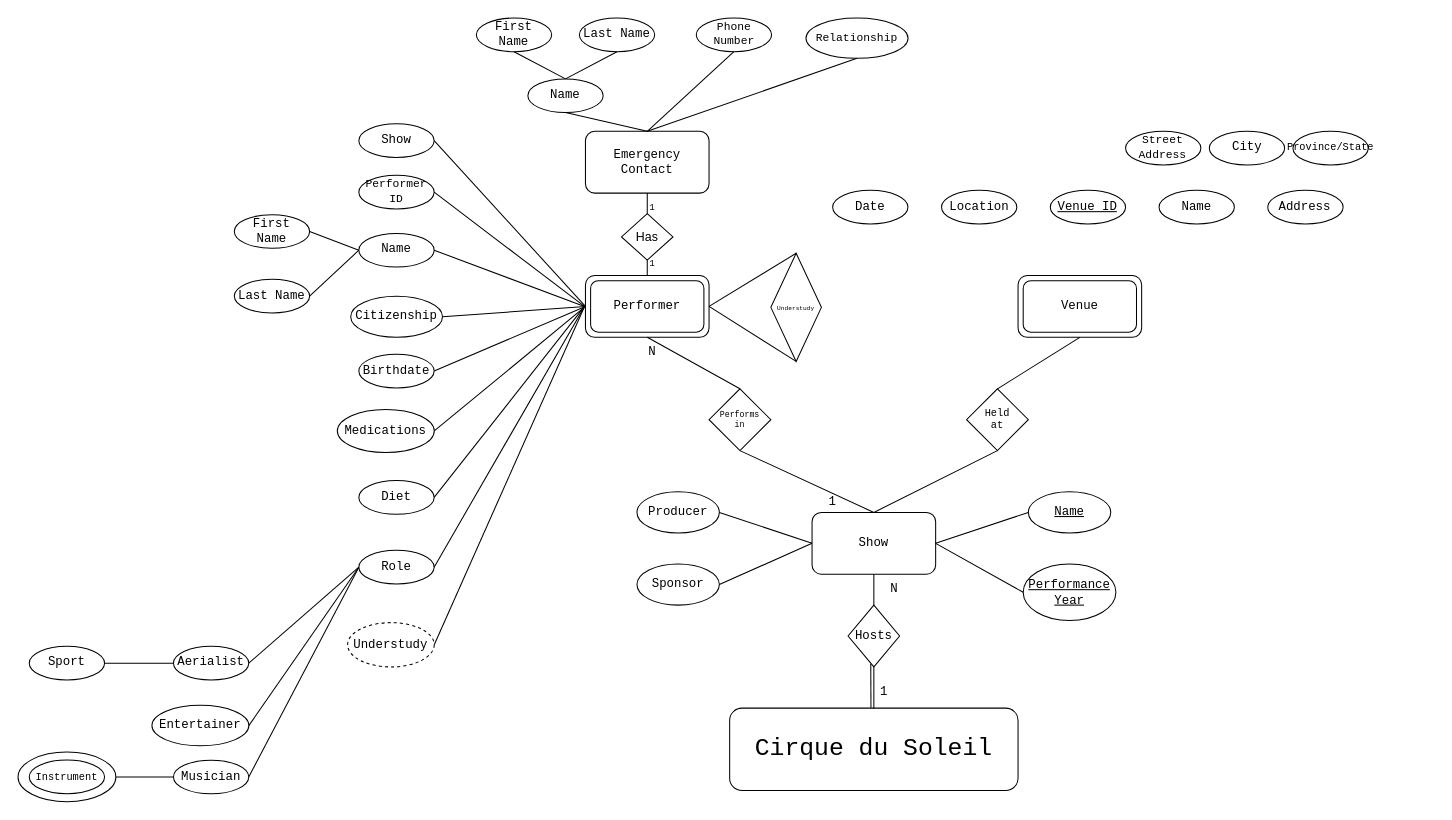
The draw.io diagram EER Diagram.drawio in yvashisht/ensf608-project, before the edit. Source tidied: cells renumbered, new cells numbered last; positions are measured from the earlier drawing's top-left corner, leaving out a move shared by most shapes. Both pictures are drawn from the tidied source at 103%, with x=0, y=0 at pixel (18, 18).
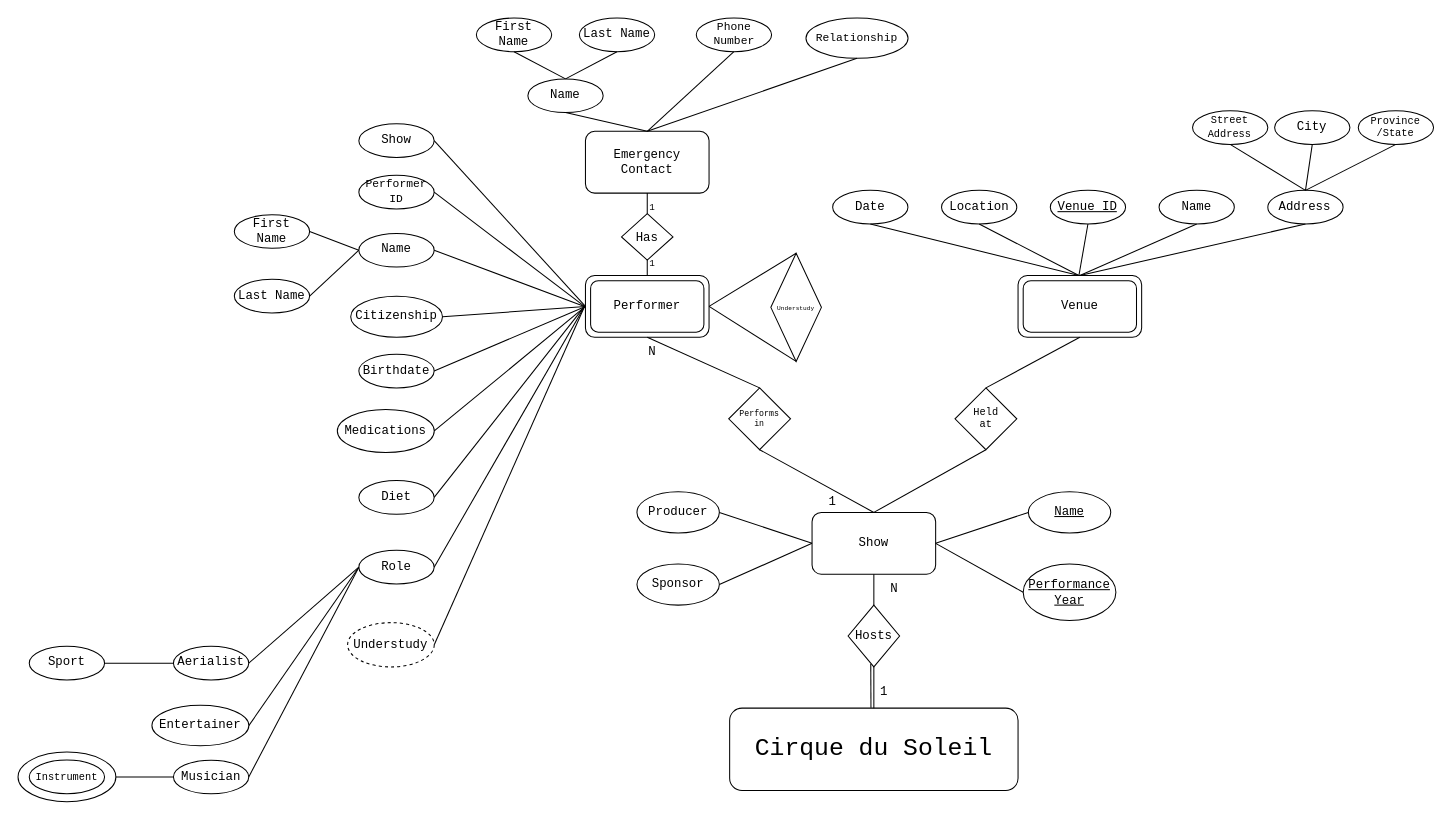
Above is the later version.

Commit message (it also covers changes not shown here):
Updated EER Diagram

Unchanged cells that the change refers to:
```xml
<mxCell id="12" style="rounded=1;whiteSpace=wrap;html=1;fontFamily=Courier New;" parent="11" vertex="1">
  <mxGeometry width="120" height="60" as="geometry" />
</mxCell>
<mxCell id="31" value="Date" style="ellipse;whiteSpace=wrap;html=1;fontFamily=Courier New;" parent="1" vertex="1">
  <mxGeometry x="790.9" y="167.3" width="73.1" height="32.7" as="geometry" />
</mxCell>
<mxCell id="32" value="Location" style="ellipse;whiteSpace=wrap;html=1;fontFamily=Courier New;" parent="1" vertex="1">
  <mxGeometry x="896.6" y="167.3" width="73.1" height="32.7" as="geometry" />
</mxCell>
<mxCell id="33" value="&lt;u&gt;Venue ID&lt;/u&gt;" style="ellipse;whiteSpace=wrap;html=1;fontFamily=Courier New;" parent="1" vertex="1">
  <mxGeometry x="1002.2" y="167.3" width="73.1" height="32.7" as="geometry" />
</mxCell>
<mxCell id="34" value="Name" style="ellipse;whiteSpace=wrap;html=1;fontFamily=Courier New;" parent="1" vertex="1">
  <mxGeometry x="1107.8" y="167.3" width="73.1" height="32.7" as="geometry" />
</mxCell>
<mxCell id="35" value="Address" style="ellipse;whiteSpace=wrap;html=1;fontFamily=Courier New;" parent="1" vertex="1">
  <mxGeometry x="1213.4" y="167.3" width="73.1" height="32.7" as="geometry" />
</mxCell>
```

Diff of the diagram source:
```diff
@@
     <mxCell id="26" value="Held&lt;br style=&quot;font-size: 10px;&quot;&gt;at" style="rhombus;whiteSpace=wrap;html=1;fontSize=10;fontFamily=Courier New;" parent="1" vertex="1">
-      <mxGeometry x="920.9" y="360" width="60" height="60" as="geometry" />
+      <mxGeometry x="909.7" y="359.1" width="60" height="60" as="geometry" />
     </mxCell>
@@
     <mxCell id="29" value="Performs&lt;br style=&quot;font-size: 8px;&quot;&gt;in" style="rhombus;whiteSpace=wrap;html=1;fontSize=8;fontFamily=Courier New;" parent="1" vertex="1">
-      <mxGeometry x="670.9" y="360" width="60" height="60" as="geometry" />
+      <mxGeometry x="690" y="359.1" width="60" height="60" as="geometry" />
     </mxCell>
@@
-    <mxCell id="36" value="Street Address" style="ellipse;whiteSpace=wrap;html=1;fontSize=11;fontFamily=Courier New;" parent="1" vertex="1">
-      <mxGeometry x="1075.3" y="110" width="73.1" height="32.7" as="geometry" />
+    <mxCell id="36" value="&lt;font style=&quot;font-size: 10px;&quot;&gt;Street Address&lt;/font&gt;" style="ellipse;whiteSpace=wrap;html=1;fontSize=11;fontFamily=Courier New;" parent="1" vertex="1">
+      <mxGeometry x="1140.3" y="90" width="73.1" height="32.7" as="geometry" />
     </mxCell>
     <mxCell id="37" value="City" style="ellipse;whiteSpace=wrap;html=1;fontFamily=Courier New;" parent="1" vertex="1">
-      <mxGeometry x="1156.6" y="110" width="73.1" height="32.7" as="geometry" />
+      <mxGeometry x="1220" y="90" width="73.1" height="32.7" as="geometry" />
     </mxCell>
-    <mxCell id="38" value="Province/State" style="ellipse;whiteSpace=wrap;html=1;fontSize=10;fontFamily=Courier New;" parent="1" vertex="1">
-      <mxGeometry x="1237.8" y="110" width="73.1" height="32.7" as="geometry" />
+    <mxCell id="38" value="Province&lt;br&gt;/State" style="ellipse;whiteSpace=wrap;html=1;fontSize=10;fontFamily=Courier New;" parent="1" vertex="1">
+      <mxGeometry x="1301.2" y="90" width="73.1" height="32.7" as="geometry" />
     </mxCell>
@@
-    <mxCell id="56" value="Has" style="rhombus;whiteSpace=wrap;html=1;" parent="1" vertex="1">
+    <mxCell id="56" value="&lt;font face=&quot;Courier New&quot;&gt;Has&lt;/font&gt;" style="rhombus;whiteSpace=wrap;html=1;" parent="1" vertex="1">
       <mxGeometry x="585.9" y="190" width="50" height="45" as="geometry" />
     </mxCell>
@@
+    <mxCell id="94" style="endArrow=none;html=1;rounded=0;entryX=0.5;entryY=1;entryDx=0;entryDy=0;" parent="1" edge="1" target="31">
+      <mxGeometry relative="1" as="geometry">
+        <mxPoint x="1030" y="250" as="sourcePoint" />
+      </mxGeometry>
+    </mxCell>
+    <mxCell id="95" style="endArrow=none;html=1;rounded=0;entryX=0.5;entryY=1;entryDx=0;entryDy=0;" parent="1" edge="1" target="32">
+      <mxGeometry relative="1" as="geometry">
+        <mxPoint x="1030" y="250" as="sourcePoint" />
+      </mxGeometry>
+    </mxCell>
+    <mxCell id="96" style="endArrow=none;html=1;rounded=0;entryX=0.5;entryY=1;entryDx=0;entryDy=0;" parent="1" edge="1" target="33">
+      <mxGeometry relative="1" as="geometry">
+        <mxPoint x="1030" y="250" as="sourcePoint" />
+      </mxGeometry>
+    </mxCell>
+    <mxCell id="97" style="endArrow=none;html=1;rounded=0;entryX=0.5;entryY=1;entryDx=0;entryDy=0;exitX=0.5;exitY=0;exitDx=0;exitDy=0;" parent="1" edge="1" source="12" target="34">
+      <mxGeometry relative="1" as="geometry" />
+    </mxCell>
+    <mxCell id="98" style="endArrow=none;html=1;rounded=0;entryX=0.5;entryY=1;entryDx=0;entryDy=0;exitX=0.5;exitY=0;exitDx=0;exitDy=0;" parent="1" edge="1" source="12" target="35">
+      <mxGeometry relative="1" as="geometry" />
+    </mxCell>
+    <mxCell id="99" style="endArrow=none;html=1;rounded=0;entryX=0.5;entryY=1;entryDx=0;entryDy=0;exitX=0.5;exitY=0;exitDx=0;exitDy=0;" parent="1" edge="1" source="35" target="36">
+      <mxGeometry relative="1" as="geometry" />
+    </mxCell>
+    <mxCell id="100" style="endArrow=none;html=1;rounded=0;entryX=0.5;entryY=1;entryDx=0;entryDy=0;exitX=0.5;exitY=0;exitDx=0;exitDy=0;" parent="1" edge="1" source="35" target="37">
+      <mxGeometry relative="1" as="geometry" />
+    </mxCell>
+    <mxCell id="101" style="endArrow=none;html=1;rounded=0;entryX=0.5;entryY=1;entryDx=0;entryDy=0;exitX=0.5;exitY=0;exitDx=0;exitDy=0;" parent="1" edge="1" source="35" target="38">
+      <mxGeometry relative="1" as="geometry" />
+    </mxCell>
```
